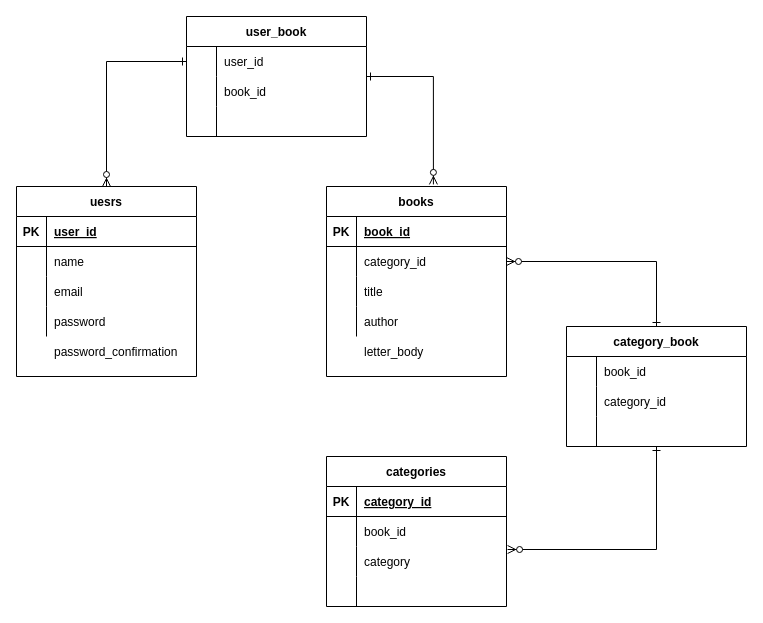
yukii5/ReadingAloud keeps this draw.io diagram as ReadingAloud.drawio. Above is the earlier version. Source tidied: cells renumbered, new cells numbered last; positions are measured from the earlier drawing's top-left corner, leaving out a move shared by most shapes. Both pictures are drawn from the tidied source at 100%, with x=0, y=0 at pixel (16, 16).
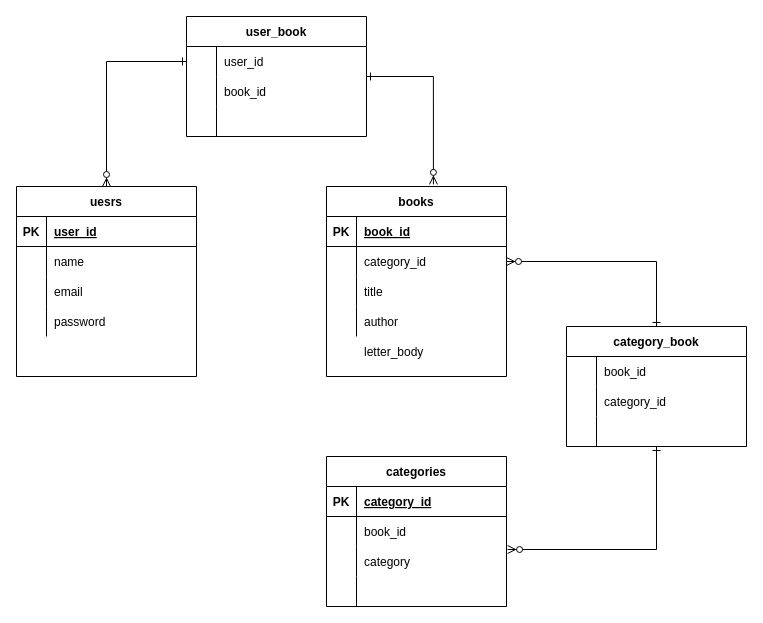
Above is the later version.

The edit, as a diff of the source:
```diff
@@
-    <mxCell id="16" value="password_confirmation" style="shape=partialRectangle;fillColor=none;top=0;left=0;bottom=0;right=0;align=left;spacingLeft=6;overflow=hidden;" parent="1" vertex="1">
-      <mxGeometry x="30" y="320" width="150" height="30" as="geometry" />
-    </mxCell>
```
